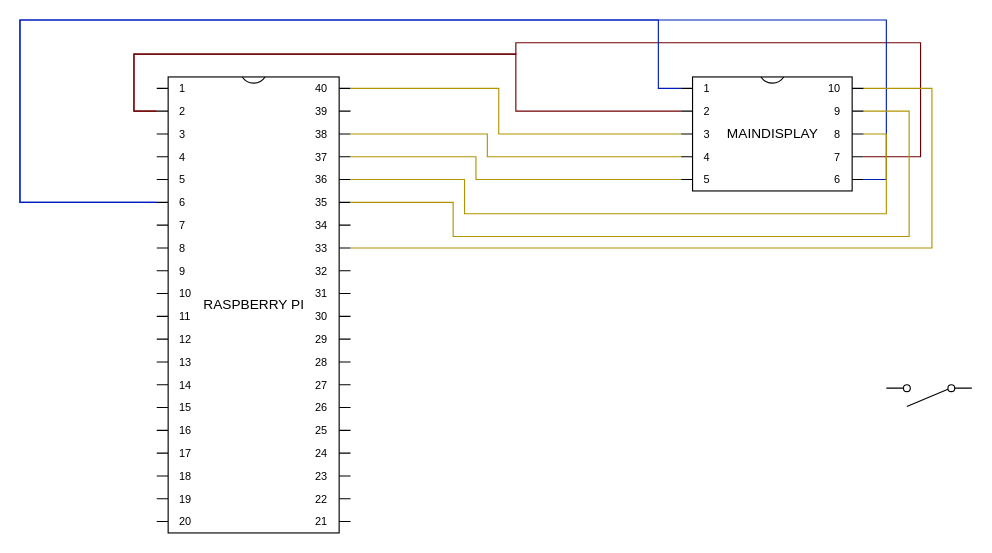
Rark7040/Tetris keeps this draw.io diagram as page "ALL" (2 of 2) of drowio/circuit.dio. Above is the earlier version. Source tidied: cells renumbered, new cells numbered last; positions are measured from the earlier drawing's top-left corner, leaving out a move shared by most shapes. Both pictures are drawn from the tidied source at 114%, with x=0, y=0 at pixel (19, 19).
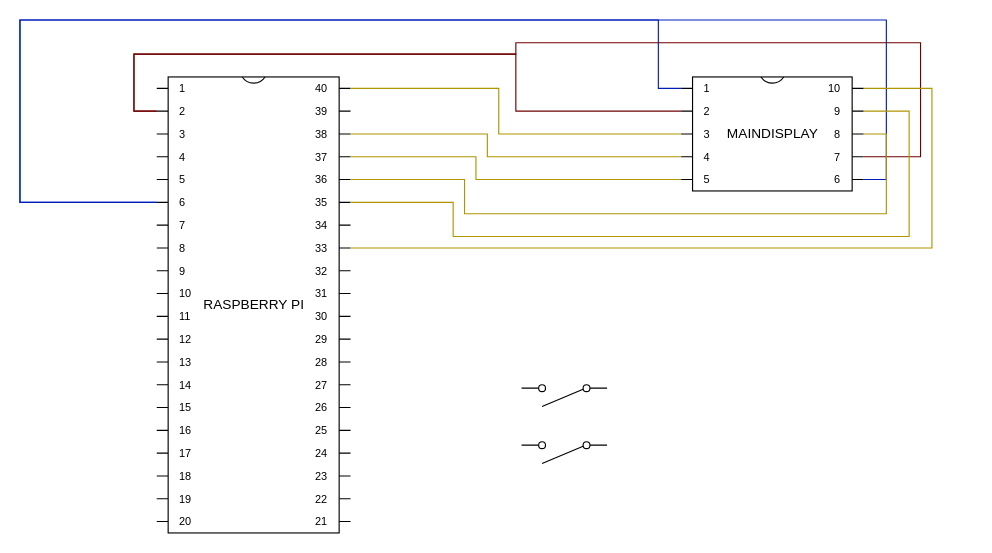
Above is the later version.

Change to the diagram source:
```diff
@@
     <mxCell id="14" style="verticalLabelPosition=bottom;shadow=0;dashed=0;align=center;html=1;verticalAlign=top;shape=mxgraph.electrical.electro-mechanical.simple_switch;direction=west;" parent="1" vertex="1">
-      <mxGeometry x="760" y="320" width="75" height="19" as="geometry" />
+      <mxGeometry x="440" y="320" width="75" height="19" as="geometry" />
     </mxCell>
+    <mxCell id="15" style="verticalLabelPosition=bottom;shadow=0;dashed=0;align=center;html=1;verticalAlign=top;shape=mxgraph.electrical.electro-mechanical.simple_switch;direction=west;" parent="1" vertex="1">
+      <mxGeometry x="440" y="370" width="75" height="19" as="geometry" />
+    </mxCell>
```
